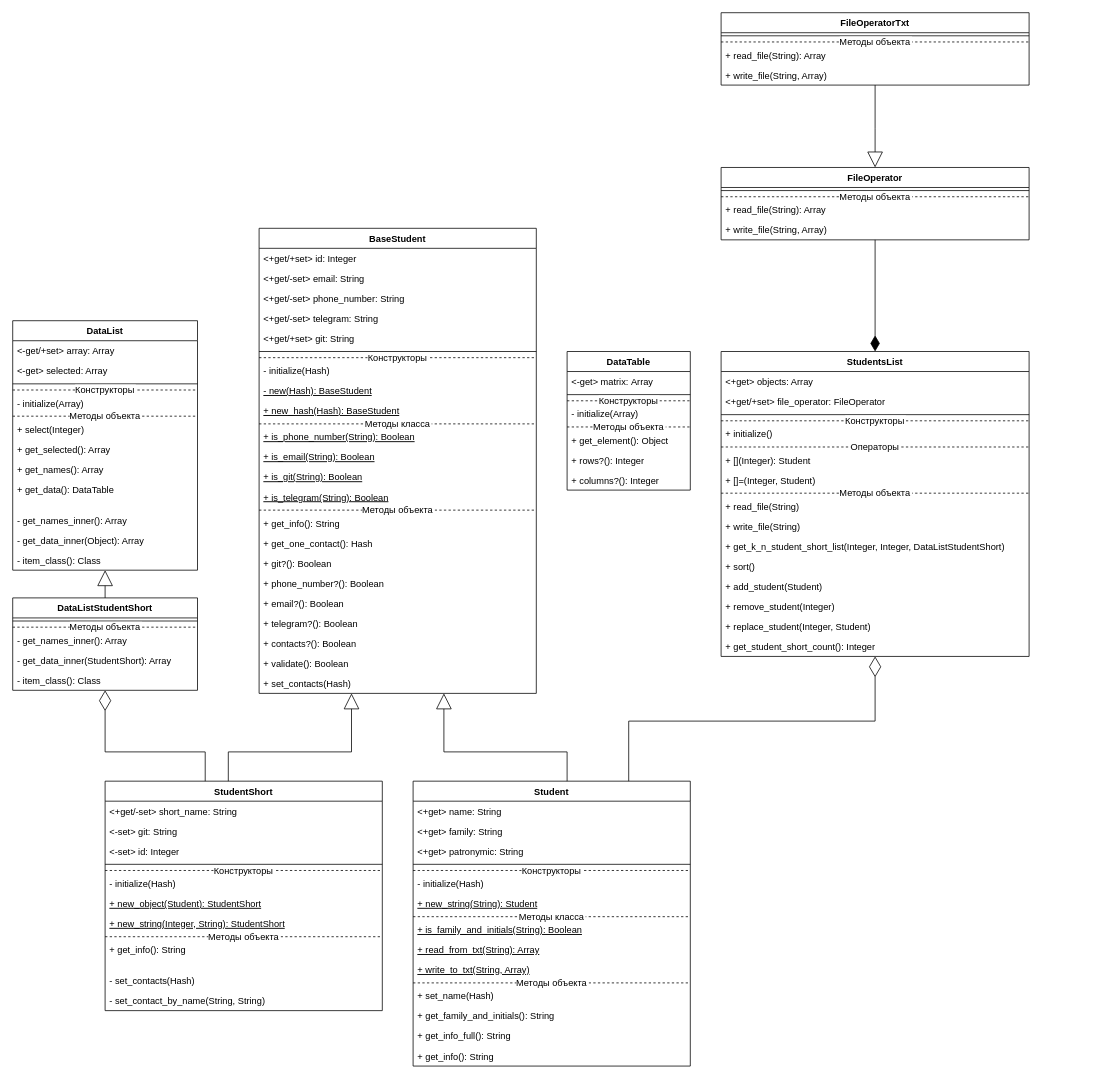
Above: lab2/docs/ClassDiagram.drawio in KirSaxhlil/PatternLabs (draw.io), before the change. Source tidied: cells renumbered, new cells numbered last; positions are measured from the earlier drawing's top-left corner, leaving out a move shared by most shapes. Both pictures are drawn from the tidied source at 77%, with x=0, y=0 at pixel (12, 12).
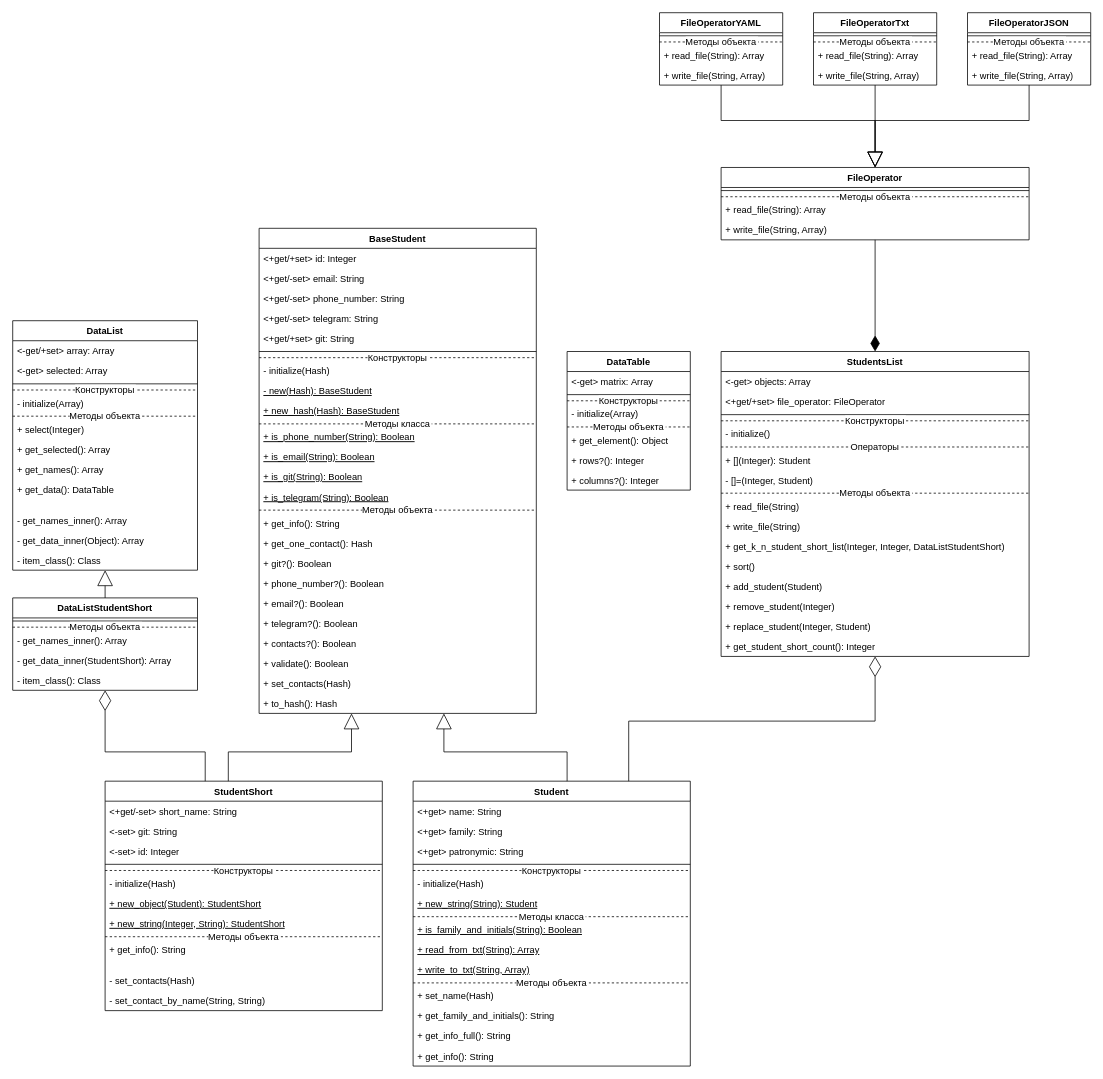
The same page after the edit.

Unchanged cells that the change refers to:
```xml
<mxCell id="93" value="StudentsList" style="swimlane;fontStyle=1;align=center;verticalAlign=top;horizontal=1;startSize=26;strokeWidth=1;swimlaneFillColor=default;" parent="1" vertex="1">
  <mxGeometry x="920" y="440" width="400" height="396" as="geometry" />
</mxCell>
<mxCell id="112" value="FileOperator" style="swimlane;fontStyle=1;align=center;verticalAlign=top;horizontal=1;startSize=26;strokeWidth=1;swimlaneFillColor=default;" parent="1" vertex="1">
  <mxGeometry x="920" y="201" width="400" height="94" as="geometry" />
</mxCell>
```

Change to the diagram source:
```diff
@@
     <mxCell id="19" value="BaseStudent" style="swimlane;fontStyle=1;align=center;verticalAlign=top;horizontal=1;startSize=26;fillColor=default;swimlaneFillColor=default;" parent="1" vertex="1">
-      <mxGeometry x="320" y="280" width="360" height="604" as="geometry" />
+      <mxGeometry x="320" y="280" width="360" height="630" as="geometry" />
     </mxCell>
@@
+    <mxCell id="124" value="+ to_hash(): Hash" style="text;strokeColor=none;fillColor=none;align=left;verticalAlign=top;spacingLeft=4;spacingRight=4;overflow=hidden;fontStyle=0;" parent="19" vertex="1">
+      <mxGeometry y="604" width="360" height="26" as="geometry" />
+    </mxCell>
@@
-    <mxCell id="94" value="&lt;+get&gt; objects: Array" style="text;strokeColor=none;fillColor=none;align=left;verticalAlign=top;spacingLeft=4;spacingRight=4;overflow=hidden;dashed=1;strokeWidth=1;" parent="93" vertex="1">
+    <mxCell id="94" value="&lt;-get&gt; objects: Array" style="text;strokeColor=none;fillColor=none;align=left;verticalAlign=top;spacingLeft=4;spacingRight=4;overflow=hidden;dashed=1;strokeWidth=1;" parent="93" vertex="1">
       <mxGeometry y="26" width="400" height="26" as="geometry" />
     </mxCell>
@@
-    <mxCell id="98" value="+ initialize()" style="text;strokeColor=none;fillColor=none;align=left;verticalAlign=top;spacingLeft=4;spacingRight=4;overflow=hidden;dashed=1;strokeWidth=1;" parent="93" vertex="1">
+    <mxCell id="98" value="- initialize()" style="text;strokeColor=none;fillColor=none;align=left;verticalAlign=top;spacingLeft=4;spacingRight=4;overflow=hidden;dashed=1;strokeWidth=1;" parent="93" vertex="1">
       <mxGeometry y="94" width="400" height="26" as="geometry" />
     </mxCell>
@@
-    <mxCell id="101" value="+ []=(Integer, Student)" style="text;strokeColor=none;fillColor=none;align=left;verticalAlign=top;spacingLeft=4;spacingRight=4;overflow=hidden;dashed=1;strokeWidth=1;" parent="93" vertex="1">
+    <mxCell id="101" value="- []=(Integer, Student)" style="text;strokeColor=none;fillColor=none;align=left;verticalAlign=top;spacingLeft=4;spacingRight=4;overflow=hidden;dashed=1;strokeWidth=1;" parent="93" vertex="1">
       <mxGeometry y="154" width="400" height="26" as="geometry" />
     </mxCell>
@@
     <mxCell id="118" value="FileOperatorTxt" style="swimlane;fontStyle=1;align=center;verticalAlign=top;horizontal=1;startSize=26;strokeWidth=1;swimlaneFillColor=default;" parent="1" vertex="1">
-      <mxGeometry x="920" width="400" height="94" as="geometry" />
+      <mxGeometry x="1040" width="160" height="94" as="geometry" />
     </mxCell>
     <mxCell id="119" style="line;strokeWidth=1;fillColor=none;align=left;verticalAlign=middle;spacingTop=-1;spacingLeft=3;spacingRight=3;labelPosition=right;strokeColor=inherit;" parent="118" vertex="1">
-      <mxGeometry y="26" width="400" height="8" as="geometry" />
+      <mxGeometry y="26" width="160" height="8" as="geometry" />
     </mxCell>
     <mxCell id="120" value="Методы объекта" style="line;strokeWidth=1;fillColor=none;align=center;verticalAlign=middle;spacingTop=-1;spacingLeft=3;spacingRight=3;labelPosition=center;strokeColor=inherit;dashed=1;verticalLabelPosition=middle;" parent="118" vertex="1">
-      <mxGeometry y="34" width="400" height="8" as="geometry" />
+      <mxGeometry y="34" width="160" height="8" as="geometry" />
     </mxCell>
     <mxCell id="121" value="+ read_file(String): Array" style="text;strokeColor=none;fillColor=none;align=left;verticalAlign=top;spacingLeft=4;spacingRight=4;overflow=hidden;dashed=1;strokeWidth=1;" parent="118" vertex="1">
-      <mxGeometry y="42" width="400" height="26" as="geometry" />
+      <mxGeometry y="42" width="160" height="26" as="geometry" />
     </mxCell>
     <mxCell id="122" value="+ write_file(String, Array)" style="text;strokeColor=none;fillColor=none;align=left;verticalAlign=top;spacingLeft=4;spacingRight=4;overflow=hidden;dashed=1;strokeWidth=1;" parent="118" vertex="1">
-      <mxGeometry y="68" width="400" height="26" as="geometry" />
+      <mxGeometry y="68" width="160" height="26" as="geometry" />
     </mxCell>
@@
+    <mxCell id="125" value="FileOperatorJSON" style="swimlane;fontStyle=1;align=center;verticalAlign=top;horizontal=1;startSize=26;strokeWidth=1;swimlaneFillColor=default;" parent="1" vertex="1">
+      <mxGeometry x="1240" width="160" height="94" as="geometry" />
+    </mxCell>
+    <mxCell id="126" style="line;strokeWidth=1;fillColor=none;align=left;verticalAlign=middle;spacingTop=-1;spacingLeft=3;spacingRight=3;labelPosition=right;strokeColor=inherit;" parent="125" vertex="1">
+      <mxGeometry y="26" width="160" height="8" as="geometry" />
+    </mxCell>
+    <mxCell id="127" value="Методы объекта" style="line;strokeWidth=1;fillColor=none;align=center;verticalAlign=middle;spacingTop=-1;spacingLeft=3;spacingRight=3;labelPosition=center;strokeColor=inherit;dashed=1;verticalLabelPosition=middle;" parent="125" vertex="1">
+      <mxGeometry y="34" width="160" height="8" as="geometry" />
+    </mxCell>
+    <mxCell id="128" value="+ read_file(String): Array" style="text;strokeColor=none;fillColor=none;align=left;verticalAlign=top;spacingLeft=4;spacingRight=4;overflow=hidden;dashed=1;strokeWidth=1;" parent="125" vertex="1">
+      <mxGeometry y="42" width="160" height="26" as="geometry" />
+    </mxCell>
+    <mxCell id="129" value="+ write_file(String, Array)" style="text;strokeColor=none;fillColor=none;align=left;verticalAlign=top;spacingLeft=4;spacingRight=4;overflow=hidden;dashed=1;strokeWidth=1;" parent="125" vertex="1">
+      <mxGeometry y="68" width="160" height="26" as="geometry" />
+    </mxCell>
+    <mxCell id="130" value="FileOperatorYAML" style="swimlane;fontStyle=1;align=center;verticalAlign=top;horizontal=1;startSize=26;strokeWidth=1;swimlaneFillColor=default;" parent="1" vertex="1">
+      <mxGeometry x="840" width="160" height="94" as="geometry" />
+    </mxCell>
+    <mxCell id="131" style="line;strokeWidth=1;fillColor=none;align=left;verticalAlign=middle;spacingTop=-1;spacingLeft=3;spacingRight=3;labelPosition=right;strokeColor=inherit;" parent="130" vertex="1">
+      <mxGeometry y="26" width="160" height="8" as="geometry" />
+    </mxCell>
+    <mxCell id="132" value="Методы объекта" style="line;strokeWidth=1;fillColor=none;align=center;verticalAlign=middle;spacingTop=-1;spacingLeft=3;spacingRight=3;labelPosition=center;strokeColor=inherit;dashed=1;verticalLabelPosition=middle;" parent="130" vertex="1">
+      <mxGeometry y="34" width="160" height="8" as="geometry" />
+    </mxCell>
+    <mxCell id="133" value="+ read_file(String): Array" style="text;strokeColor=none;fillColor=none;align=left;verticalAlign=top;spacingLeft=4;spacingRight=4;overflow=hidden;dashed=1;strokeWidth=1;" parent="130" vertex="1">
+      <mxGeometry y="42" width="160" height="26" as="geometry" />
+    </mxCell>
+    <mxCell id="134" value="+ write_file(String, Array)" style="text;strokeColor=none;fillColor=none;align=left;verticalAlign=top;spacingLeft=4;spacingRight=4;overflow=hidden;dashed=1;strokeWidth=1;" parent="130" vertex="1">
+      <mxGeometry y="68" width="160" height="26" as="geometry" />
+    </mxCell>
+    <mxCell id="135" style="endArrow=block;html=1;rounded=0;endFill=0;jumpSize=6;endSize=18;edgeStyle=orthogonalEdgeStyle;entryX=0.5;entryY=0;entryDx=0;entryDy=0;" parent="1" edge="1" source="130" target="112">
+      <mxGeometry relative="1" as="geometry">
+        <Array as="points">
+          <mxPoint x="920" y="140" />
+          <mxPoint x="1120" y="140" />
+        </Array>
+      </mxGeometry>
+    </mxCell>
+    <mxCell id="136" style="endArrow=block;html=1;rounded=0;endFill=0;jumpSize=6;endSize=18;edgeStyle=orthogonalEdgeStyle;entryX=0.5;entryY=0;entryDx=0;entryDy=0;" parent="1" edge="1" source="125" target="112">
+      <mxGeometry relative="1" as="geometry">
+        <Array as="points">
+          <mxPoint x="1320" y="140" />
+          <mxPoint x="1120" y="140" />
+        </Array>
+      </mxGeometry>
+    </mxCell>
```
